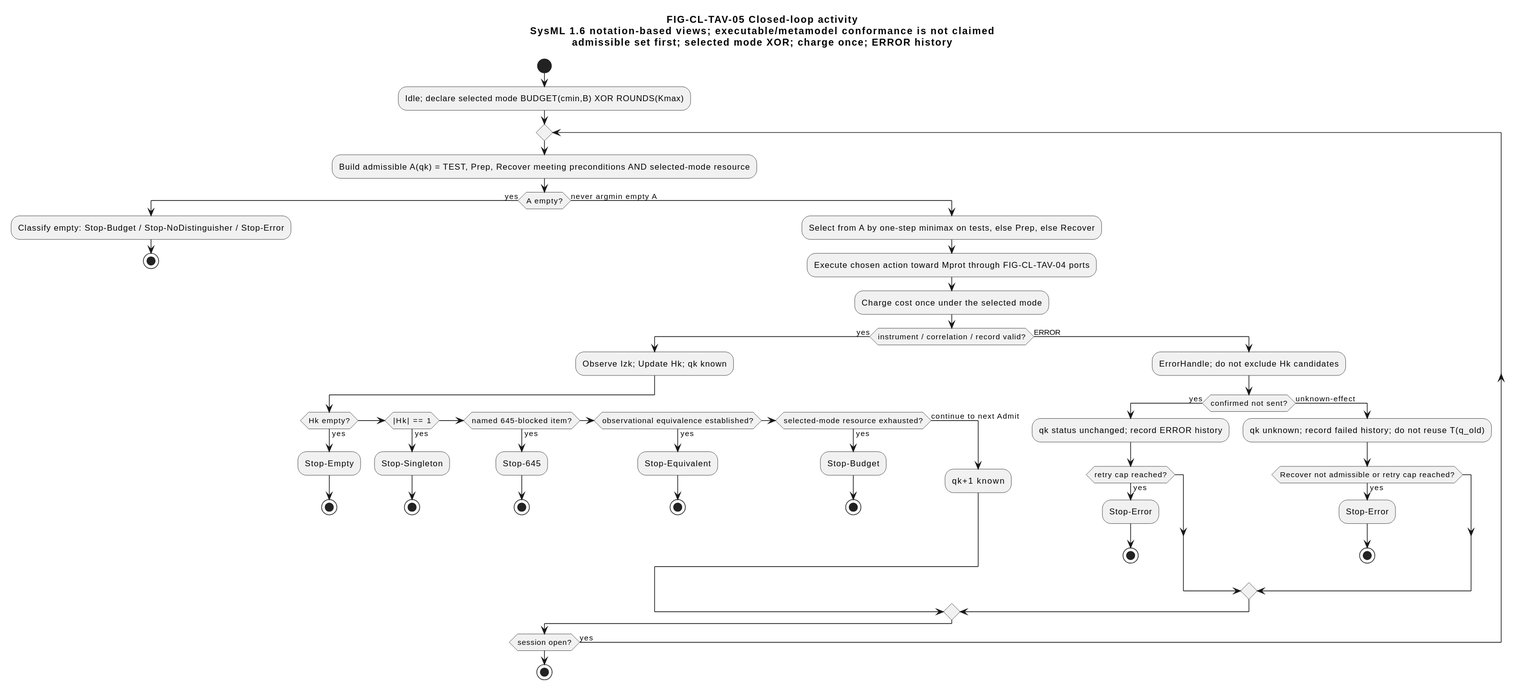
The PlantUML diagram artifacts/publications/cltav/figures/FIG-CL-TAV-05-closed-loop-activity.svg in ZhangChi0727/arinc-615a-conformance, before a commit. Source of this version:
```plantuml
@startuml
skinparam shadowing false
title FIG-CL-TAV-05 Closed-loop activity\nSysML 1.6 notation-based views; executable/metamodel conformance is not claimed\nadmissible set first; selected mode XOR; charge once; ERROR history

start
:Idle; declare selected mode BUDGET(cmin,B) XOR ROUNDS(Kmax);
repeat
  :Build admissible A(qk) = TEST, Prep, Recover meeting preconditions AND selected-mode resource;
  if (A empty?) then (yes)
    :Classify empty: Stop-Budget / Stop-NoDistinguisher / Stop-Error;
    stop
  else (never argmin empty A)
    :Select from A by one-step minimax on tests, else Prep, else Recover;
    :Execute chosen action toward Mprot through FIG-CL-TAV-04 ports;
    :Charge cost once under the selected mode;
    if (instrument / correlation / record valid?) then (yes)
      :Observe Izk; Update Hk; qk known;
      if (Hk empty?) then (yes)
        :Stop-Empty;
        stop
      elseif (|Hk| == 1) then (yes)
        :Stop-Singleton;
        stop
      elseif (named 645-blocked item?) then (yes)
        :Stop-645;
        stop
      elseif (observational equivalence established?) then (yes)
        :Stop-Equivalent;
        stop
      elseif (selected-mode resource exhausted?) then (yes)
        :Stop-Budget;
        stop
      else (continue to next Admit)
        :qk+1 known;
      endif
    else (ERROR)
      :ErrorHandle; do not exclude Hk candidates;
      if (confirmed not sent?) then (yes)
        :qk status unchanged; record ERROR history;
        if (retry cap reached?) then (yes)
          :Stop-Error;
          stop
        endif
      else (unknown-effect)
        :qk unknown; record failed history; do not reuse T(q_old);
        if (Recover not admissible or retry cap reached?) then (yes)
          :Stop-Error;
          stop
        endif
      endif
    endif
  endif
repeat while (session open?) is (yes)
stop
@enduml
```
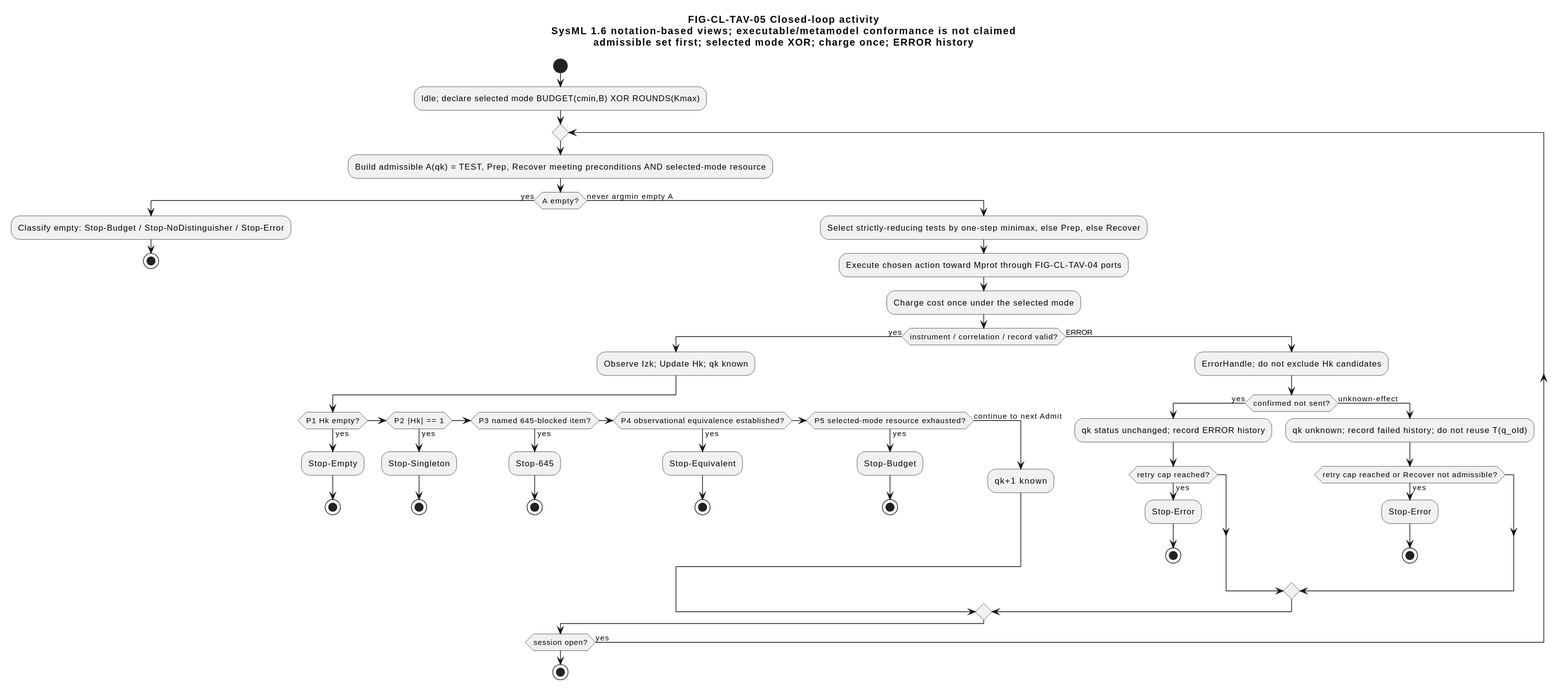
Later version of the same file.

Diff of the diagram source:
```diff
@@ -10,24 +10,24 @@
     :Classify empty: Stop-Budget / Stop-NoDistinguisher / Stop-Error;
     stop
   else (never argmin empty A)
-    :Select from A by one-step minimax on tests, else Prep, else Recover;
+    :Select strictly-reducing tests by one-step minimax, else Prep, else Recover;
     :Execute chosen action toward Mprot through FIG-CL-TAV-04 ports;
     :Charge cost once under the selected mode;
     if (instrument / correlation / record valid?) then (yes)
       :Observe Izk; Update Hk; qk known;
-      if (Hk empty?) then (yes)
+      if (P1 Hk empty?) then (yes)
         :Stop-Empty;
         stop
-      elseif (|Hk| == 1) then (yes)
+      elseif (P2 |Hk| == 1) then (yes)
         :Stop-Singleton;
         stop
-      elseif (named 645-blocked item?) then (yes)
+      elseif (P3 named 645-blocked item?) then (yes)
         :Stop-645;
         stop
-      elseif (observational equivalence established?) then (yes)
+      elseif (P4 observational equivalence established?) then (yes)
         :Stop-Equivalent;
         stop
-      elseif (selected-mode resource exhausted?) then (yes)
+      elseif (P5 selected-mode resource exhausted?) then (yes)
         :Stop-Budget;
         stop
       else (continue to next Admit)
@@ -43,7 +43,7 @@
         endif
       else (unknown-effect)
         :qk unknown; record failed history; do not reuse T(q_old);
-        if (Recover not admissible or retry cap reached?) then (yes)
+        if (retry cap reached or Recover not admissible?) then (yes)
           :Stop-Error;
           stop
         endif
```
